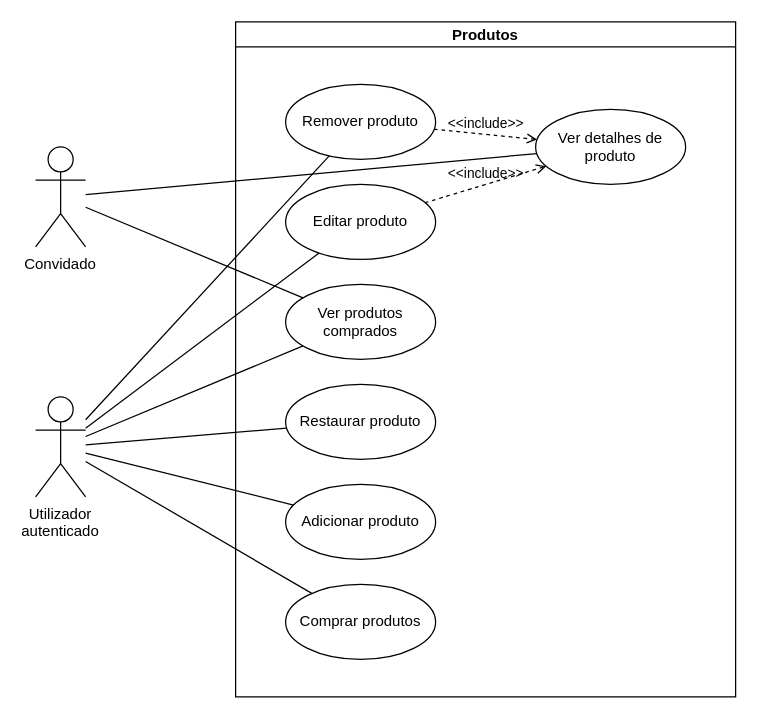
Before: page "Produtos" (4 of 4) of Requisitos.drawio in Krfld/ISEL-ES, a draw.io diagram. Source tidied: cells renumbered, new cells numbered last; positions are measured from the earlier drawing's top-left corner, leaving out a move shared by most shapes. Both pictures are drawn from the tidied source at 125%, with x=0, y=0 at pixel (35, 21).
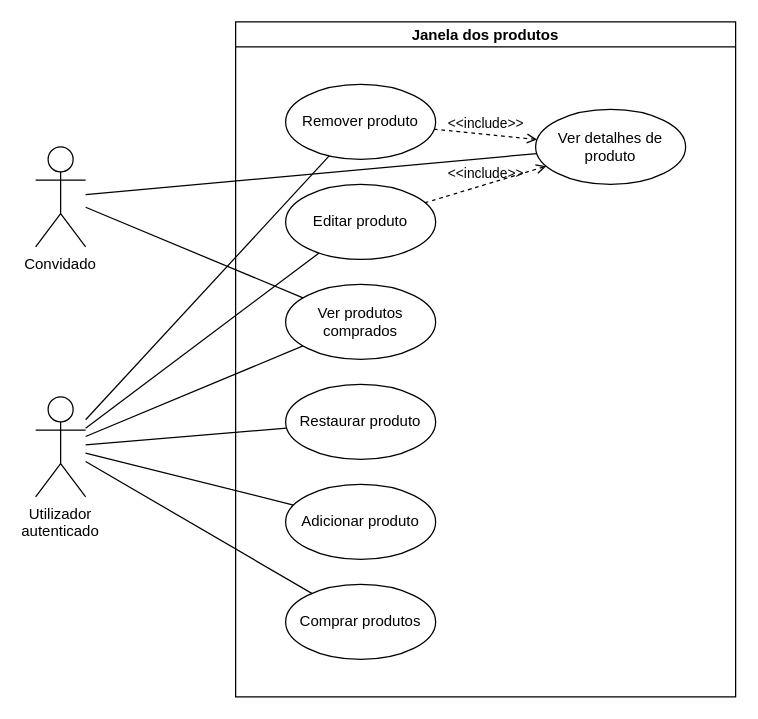
After the change.

Change to the diagram source:
```diff
@@
-    <mxCell id="2" value="Produtos" style="swimlane;startSize=20;" parent="1" vertex="1">
+    <mxCell id="2" value="Janela dos produtos" style="swimlane;startSize=20;" parent="1" vertex="1">
       <mxGeometry x="160" width="400" height="540" as="geometry" />
     </mxCell>
```
